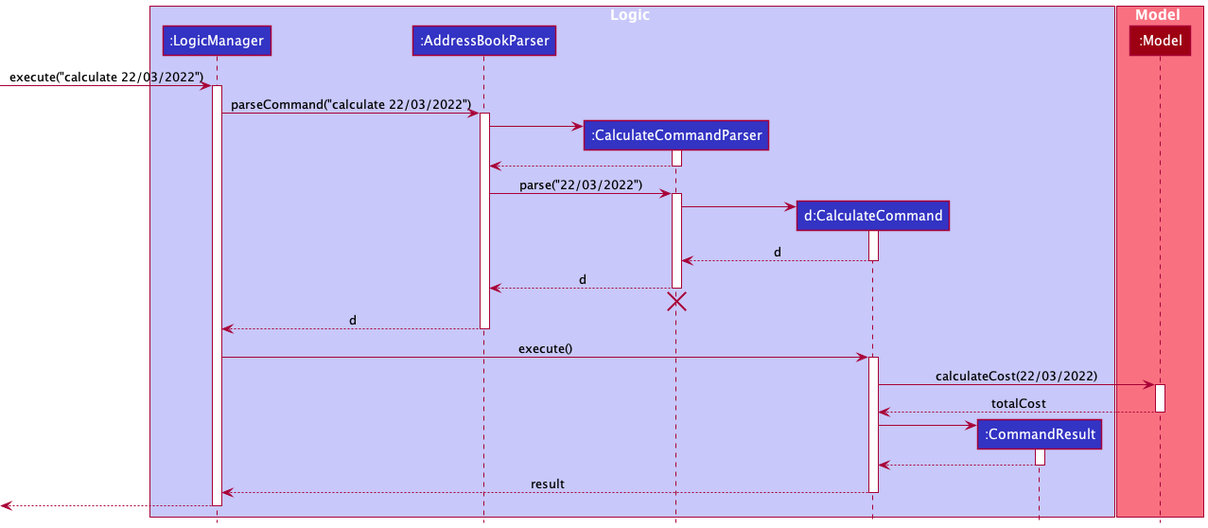
The PlantUML diagram docs/images/CalculateSequenceDiagram.png in robinrojh/tp, before a commit. Its diagram source:
```plantuml
@startuml
!include style.puml

box Logic LOGIC_COLOR_T1
participant ":LogicManager" as LogicManager LOGIC_COLOR
participant ":AddressBookParser" as AddressBookParser LOGIC_COLOR
participant ":CalculateCommandParser" as CalculateCommandParser LOGIC_COLOR
participant "d:CalculateCommand" as CalculateCommand LOGIC_COLOR
participant ":CommandResult" as CommandResult LOGIC_COLOR
end box

box Model MODEL_COLOR_T1
participant ":Model" as Model MODEL_COLOR
end box

[-> LogicManager : execute("calculate 22/03/2022")
activate LogicManager

LogicManager -> AddressBookParser : parseCommand("calculate 22/03/2022")
activate AddressBookParser

create CalculateCommandParser
AddressBookParser -> CalculateCommandParser
activate CalculateCommandParser

CalculateCommandParser --> AddressBookParser
deactivate CalculateCommandParser

AddressBookParser -> CalculateCommandParser : parse("22/03/2022")
activate CalculateCommandParser

create CalculateCommand
CalculateCommandParser -> CalculateCommand
activate CalculateCommand

CalculateCommand --> CalculateCommandParser : d
deactivate CalculateCommand

CalculateCommandParser --> AddressBookParser : d
deactivate CalculateCommandParser
CalculateCommandParser -[hidden]-> AddressBookParser
destroy CalculateCommandParser

AddressBookParser --> LogicManager : d
deactivate AddressBookParser

LogicManager -> CalculateCommand : execute()
activate CalculateCommand

CalculateCommand -> Model : calculateCost(22/03/2022)
activate Model

Model --> CalculateCommand : totalCost
deactivate Model

create CommandResult
CalculateCommand -> CommandResult
activate CommandResult

CommandResult --> CalculateCommand
deactivate CommandResult

CalculateCommand --> LogicManager : result
deactivate CalculateCommand

[<--LogicManager
deactivate LogicManager
@enduml
```
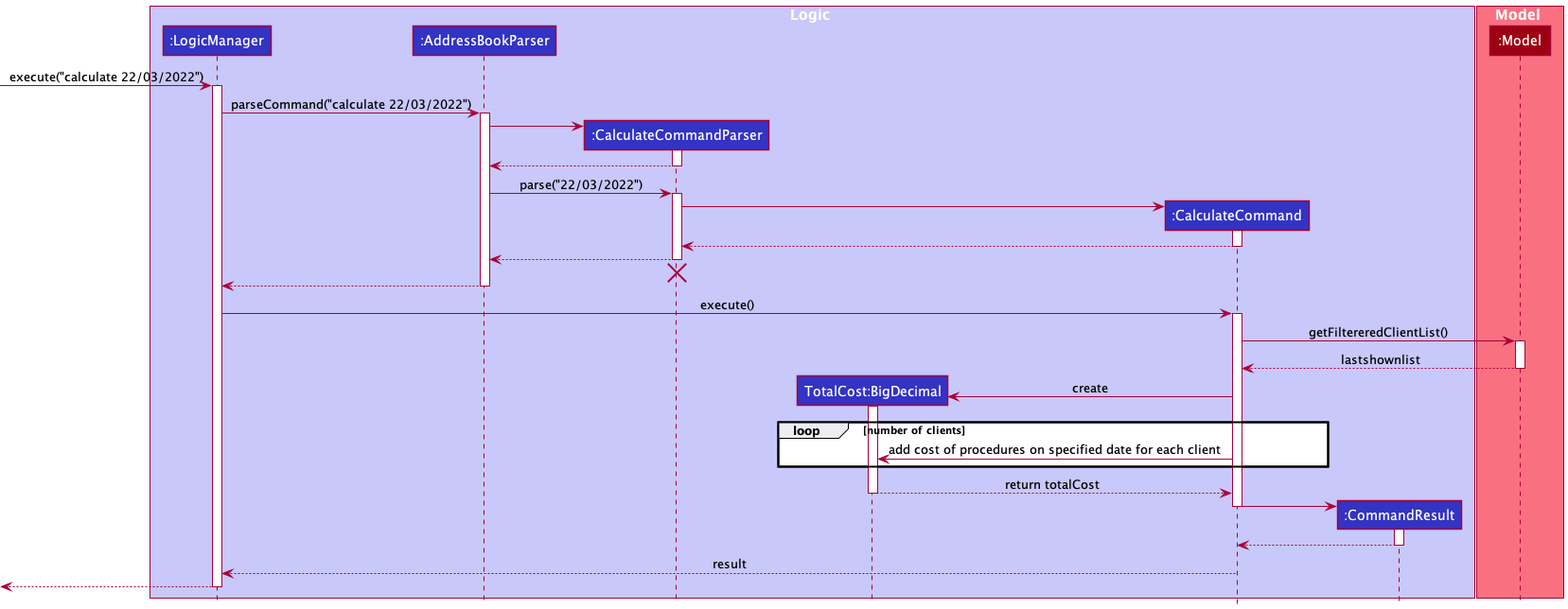
The same diagram one commit later.

Commit message:
Updates to calculate diagrams in ug

Diff of the diagram source:
```diff
@@ -5,7 +5,8 @@
 participant ":LogicManager" as LogicManager LOGIC_COLOR
 participant ":AddressBookParser" as AddressBookParser LOGIC_COLOR
 participant ":CalculateCommandParser" as CalculateCommandParser LOGIC_COLOR
-participant "d:CalculateCommand" as CalculateCommand LOGIC_COLOR
+participant "TotalCost:BigDecimal" as TotalCost LOGIC_COLOR
+participant ":CalculateCommand" as CalculateCommand LOGIC_COLOR
 participant ":CommandResult" as CommandResult LOGIC_COLOR
 end box
 
@@ -33,29 +34,45 @@
 CalculateCommandParser -> CalculateCommand
 activate CalculateCommand
 
-CalculateCommand --> CalculateCommandParser : d
+CalculateCommand --> CalculateCommandParser :
 deactivate CalculateCommand
 
-CalculateCommandParser --> AddressBookParser : d
+CalculateCommandParser --> AddressBookParser :
 deactivate CalculateCommandParser
 CalculateCommandParser -[hidden]-> AddressBookParser
 destroy CalculateCommandParser
 
-AddressBookParser --> LogicManager : d
+AddressBookParser --> LogicManager :
 deactivate AddressBookParser
 
 LogicManager -> CalculateCommand : execute()
 activate CalculateCommand
 
-CalculateCommand -> Model : calculateCost(22/03/2022)
+CalculateCommand -> Model : getFiltereredClientList()
 activate Model
 
-Model --> CalculateCommand : totalCost
+
+Model --> CalculateCommand : lastshownlist
 deactivate Model
+
+Create TotalCost
+CalculateCommand -> TotalCost : create
+activate TotalCost
+
+loop number of clients
+CalculateCommand -> TotalCost : add cost of procedures on specified date for each client
+end
+TotalCost --> CalculateCommand : return totalCost
+deactivate TotalCost
+
+
 
 create CommandResult
 CalculateCommand -> CommandResult
 activate CommandResult
+
+deactivate CalculateCommand
+
 
 CommandResult --> CalculateCommand
 deactivate CommandResult
```
